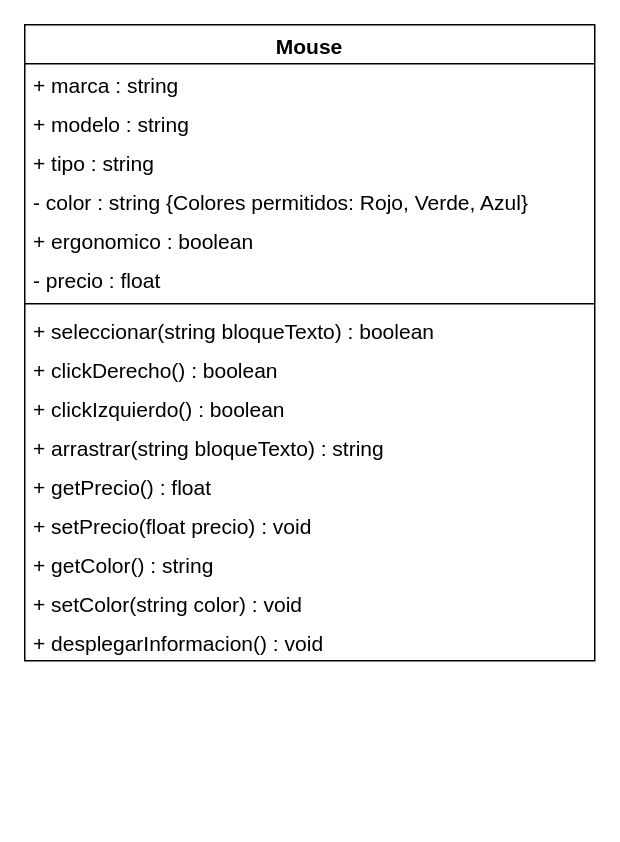
The draw.io diagram Mouse.drawio in ElGrandiosoRD/programacio1, before the edit. Source tidied: cells renumbered, new cells numbered last; positions are measured from the earlier drawing's top-left corner, leaving out a move shared by most shapes. Both pictures are drawn from the tidied source at 150%, with x=0, y=0 at pixel (24, 24).
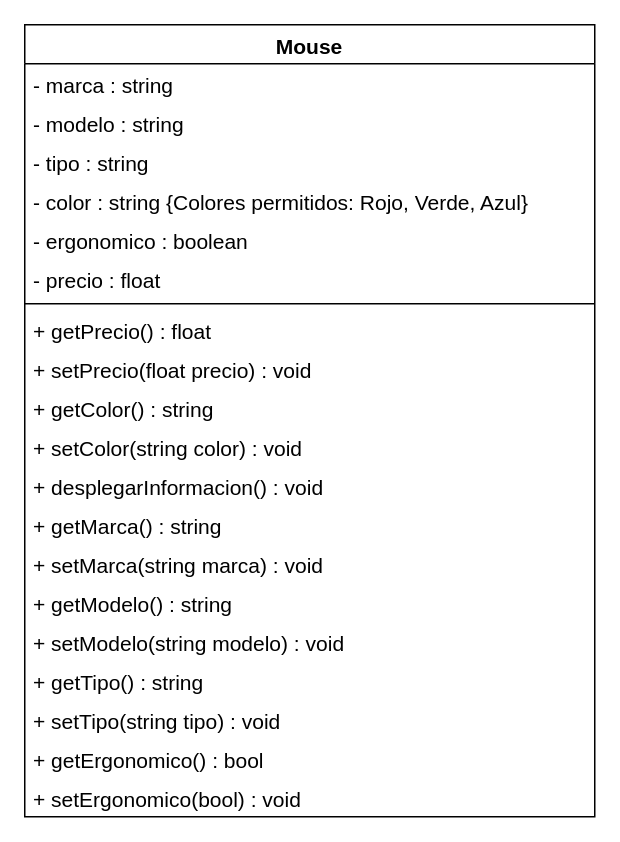
The same page after the edit.

What changed in the source:
```diff
@@
     <mxCell id="2" value="Mouse" style="swimlane;fontStyle=1;align=center;verticalAlign=top;horizontal=1;startSize=26;fontSize=14;" parent="1" vertex="1">
-      <mxGeometry width="380" height="424" as="geometry" />
+      <mxGeometry width="380" height="528" as="geometry" />
     </mxCell>
-    <mxCell id="3" value="+ marca : string" style="text;strokeColor=none;fillColor=none;align=left;verticalAlign=top;spacingLeft=4;spacingRight=4;overflow=hidden;fontSize=14;" parent="2" vertex="1">
+    <mxCell id="3" value="- marca : string" style="text;strokeColor=none;fillColor=none;align=left;verticalAlign=top;spacingLeft=4;spacingRight=4;overflow=hidden;fontSize=14;" parent="2" vertex="1">
       <mxGeometry y="26" width="380" height="26" as="geometry" />
     </mxCell>
-    <mxCell id="4" value="+ modelo : string" style="text;strokeColor=none;fillColor=none;align=left;verticalAlign=top;spacingLeft=4;spacingRight=4;overflow=hidden;fontSize=14;" parent="2" vertex="1">
+    <mxCell id="4" value="- modelo : string" style="text;strokeColor=none;fillColor=none;align=left;verticalAlign=top;spacingLeft=4;spacingRight=4;overflow=hidden;fontSize=14;" parent="2" vertex="1">
       <mxGeometry y="52" width="380" height="26" as="geometry" />
     </mxCell>
-    <mxCell id="5" value="+ tipo : string" style="text;strokeColor=none;fillColor=none;align=left;verticalAlign=top;spacingLeft=4;spacingRight=4;overflow=hidden;fontSize=14;" parent="2" vertex="1">
+    <mxCell id="5" value="- tipo : string" style="text;strokeColor=none;fillColor=none;align=left;verticalAlign=top;spacingLeft=4;spacingRight=4;overflow=hidden;fontSize=14;" parent="2" vertex="1">
       <mxGeometry y="78" width="380" height="26" as="geometry" />
     </mxCell>
@@
-    <mxCell id="7" value="+ ergonomico : boolean" style="text;strokeColor=none;fillColor=none;align=left;verticalAlign=top;spacingLeft=4;spacingRight=4;overflow=hidden;fontSize=14;" parent="2" vertex="1">
+    <mxCell id="7" value="- ergonomico : boolean" style="text;strokeColor=none;fillColor=none;align=left;verticalAlign=top;spacingLeft=4;spacingRight=4;overflow=hidden;fontSize=14;" parent="2" vertex="1">
       <mxGeometry y="130" width="380" height="26" as="geometry" />
     </mxCell>
@@
-    <mxCell id="10" value="+ seleccionar(string bloqueTexto) : boolean" style="text;strokeColor=none;fillColor=none;align=left;verticalAlign=top;spacingLeft=4;spacingRight=4;overflow=hidden;fontSize=14;" parent="2" vertex="1">
-      <mxGeometry y="190" width="380" height="26" as="geometry" />
-    </mxCell>
-    <mxCell id="11" value="+ clickDerecho() : boolean" style="text;strokeColor=none;fillColor=none;align=left;verticalAlign=top;spacingLeft=4;spacingRight=4;overflow=hidden;fontSize=14;" parent="2" vertex="1">
-      <mxGeometry y="216" width="380" height="26" as="geometry" />
-    </mxCell>
-    <mxCell id="12" value="+ clickIzquierdo() : boolean" style="text;strokeColor=none;fillColor=none;align=left;verticalAlign=top;spacingLeft=4;spacingRight=4;overflow=hidden;fontSize=14;" parent="2" vertex="1">
-      <mxGeometry y="242" width="380" height="26" as="geometry" />
-    </mxCell>
-    <mxCell id="13" value="+ arrastrar(string bloqueTexto) : string" style="text;strokeColor=none;fillColor=none;align=left;verticalAlign=top;spacingLeft=4;spacingRight=4;overflow=hidden;fontSize=14;" parent="2" vertex="1">
-      <mxGeometry y="268" width="380" height="26" as="geometry" />
-    </mxCell>
     <mxCell id="14" value="+ getPrecio() : float" style="text;strokeColor=none;fillColor=none;align=left;verticalAlign=top;spacingLeft=4;spacingRight=4;overflow=hidden;fontSize=14;" parent="2" vertex="1">
-      <mxGeometry y="294" width="380" height="26" as="geometry" />
+      <mxGeometry y="190" width="380" height="26" as="geometry" />
     </mxCell>
     <mxCell id="15" value="+ setPrecio(float precio) : void" style="text;strokeColor=none;fillColor=none;align=left;verticalAlign=top;spacingLeft=4;spacingRight=4;overflow=hidden;fontSize=14;" parent="2" vertex="1">
-      <mxGeometry y="320" width="380" height="26" as="geometry" />
+      <mxGeometry y="216" width="380" height="26" as="geometry" />
     </mxCell>
     <mxCell id="16" value="+ getColor() : string" style="text;strokeColor=none;fillColor=none;align=left;verticalAlign=top;spacingLeft=4;spacingRight=4;overflow=hidden;fontSize=14;" parent="2" vertex="1">
-      <mxGeometry y="346" width="380" height="26" as="geometry" />
+      <mxGeometry y="242" width="380" height="26" as="geometry" />
     </mxCell>
     <mxCell id="17" value="+ setColor(string color) : void" style="text;strokeColor=none;fillColor=none;align=left;verticalAlign=top;spacingLeft=4;spacingRight=4;overflow=hidden;fontSize=14;" parent="2" vertex="1">
-      <mxGeometry y="372" width="380" height="26" as="geometry" />
+      <mxGeometry y="268" width="380" height="26" as="geometry" />
     </mxCell>
     <mxCell id="18" value="+ desplegarInformacion() : void" style="text;strokeColor=none;fillColor=none;align=left;verticalAlign=top;spacingLeft=4;spacingRight=4;overflow=hidden;fontSize=14;" parent="2" vertex="1">
-      <mxGeometry y="398" width="380" height="26" as="geometry" />
+      <mxGeometry y="294" width="380" height="26" as="geometry" />
     </mxCell>
+    <mxCell id="19" value="+ getMarca() : string" style="text;strokeColor=none;fillColor=none;align=left;verticalAlign=top;spacingLeft=4;spacingRight=4;overflow=hidden;fontSize=14;" parent="2" vertex="1">
+      <mxGeometry y="320" width="380" height="26" as="geometry" />
+    </mxCell>
+    <mxCell id="20" value="+ setMarca(string marca) : void" style="text;strokeColor=none;fillColor=none;align=left;verticalAlign=top;spacingLeft=4;spacingRight=4;overflow=hidden;fontSize=14;" parent="2" vertex="1">
+      <mxGeometry y="346" width="380" height="26" as="geometry" />
+    </mxCell>
+    <mxCell id="21" value="+ getModelo() : string" style="text;strokeColor=none;fillColor=none;align=left;verticalAlign=top;spacingLeft=4;spacingRight=4;overflow=hidden;fontSize=14;" parent="2" vertex="1">
+      <mxGeometry y="372" width="380" height="26" as="geometry" />
+    </mxCell>
+    <mxCell id="22" value="+ setModelo(string modelo) : void" style="text;strokeColor=none;fillColor=none;align=left;verticalAlign=top;spacingLeft=4;spacingRight=4;overflow=hidden;fontSize=14;" parent="2" vertex="1">
+      <mxGeometry y="398" width="380" height="26" as="geometry" />
+    </mxCell>
+    <mxCell id="23" value="+ getTipo() : string" style="text;strokeColor=none;fillColor=none;align=left;verticalAlign=top;spacingLeft=4;spacingRight=4;overflow=hidden;fontSize=14;" parent="2" vertex="1">
+      <mxGeometry y="424" width="380" height="26" as="geometry" />
+    </mxCell>
+    <mxCell id="24" value="+ setTipo(string tipo) : void" style="text;strokeColor=none;fillColor=none;align=left;verticalAlign=top;spacingLeft=4;spacingRight=4;overflow=hidden;fontSize=14;" parent="2" vertex="1">
+      <mxGeometry y="450" width="380" height="26" as="geometry" />
+    </mxCell>
+    <mxCell id="25" value="+ getErgonomico() : bool" style="text;strokeColor=none;fillColor=none;align=left;verticalAlign=top;spacingLeft=4;spacingRight=4;overflow=hidden;fontSize=14;" parent="2" vertex="1">
+      <mxGeometry y="476" width="380" height="26" as="geometry" />
+    </mxCell>
+    <mxCell id="26" value="+ setErgonomico(bool) : void" style="text;strokeColor=none;fillColor=none;align=left;verticalAlign=top;spacingLeft=4;spacingRight=4;overflow=hidden;fontSize=14;" parent="2" vertex="1">
+      <mxGeometry y="502" width="380" height="26" as="geometry" />
+    </mxCell>
```
